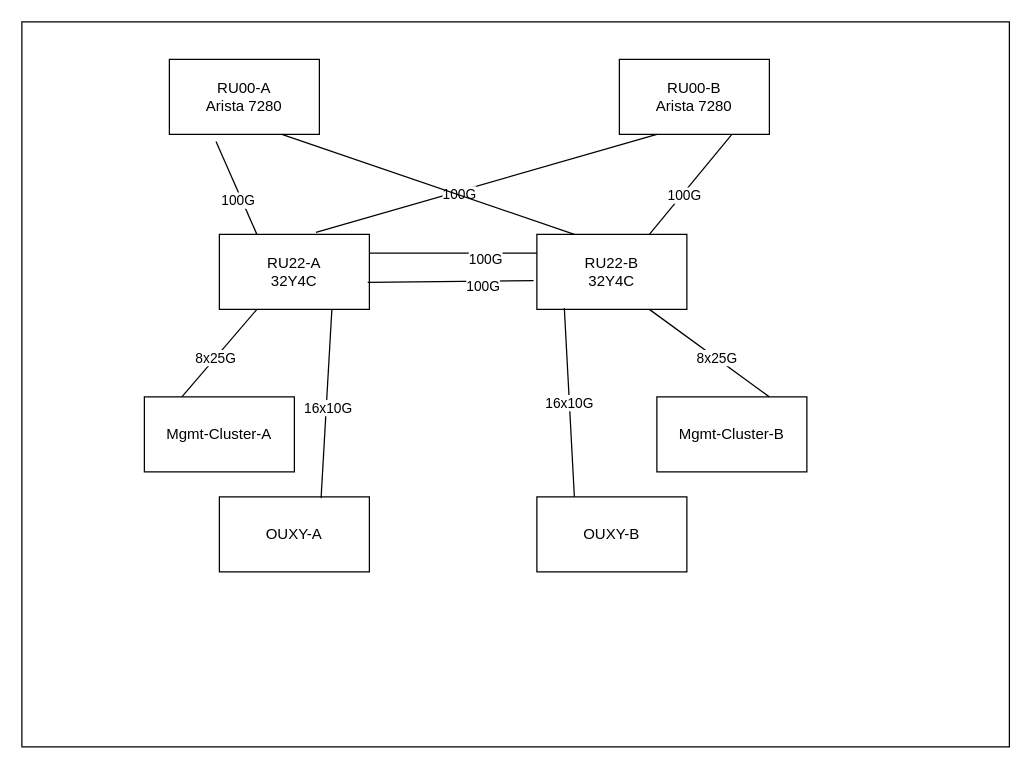
diefrie/test keeps this draw.io diagram as page "Seite-1" (1 of 3) of Mgmt-Netz-Seite 2.drawio. Above is the earlier version. Source tidied: cells renumbered, new cells numbered last; positions are measured from the earlier drawing's top-left corner, leaving out a move shared by most shapes. Both pictures are drawn from the tidied source at 125%, with x=0, y=0 at pixel (21, 21).
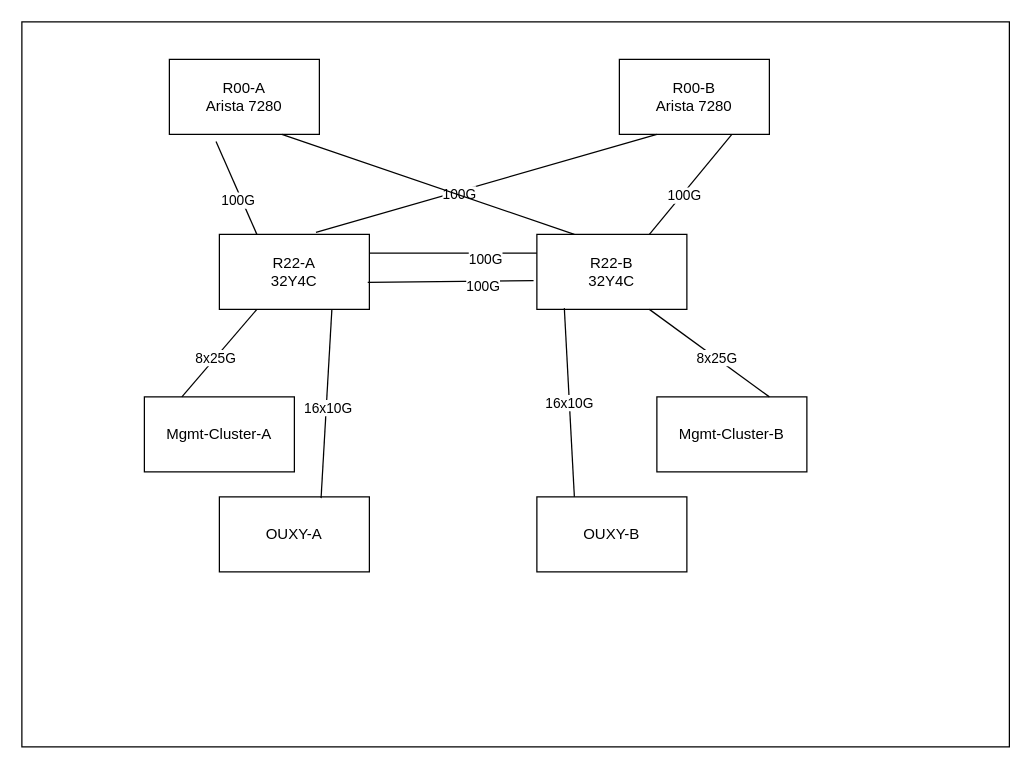
Above is the later version.

The edit, as a diff of the source:
```diff
@@
-    <mxCell id="3" value="RU00-A&lt;br&gt;Arista 7280" style="rounded=0;whiteSpace=wrap;html=1;" parent="1" vertex="1">
+    <mxCell id="3" value="R00-A&lt;br&gt;Arista 7280" style="rounded=0;whiteSpace=wrap;html=1;" parent="1" vertex="1">
       <mxGeometry x="118" y="30" width="120" height="60" as="geometry" />
     </mxCell>
-    <mxCell id="4" value="RU00-B&lt;br&gt;Arista 7280" style="rounded=0;whiteSpace=wrap;html=1;" parent="1" vertex="1">
+    <mxCell id="4" value="R00-B&lt;br&gt;Arista 7280" style="rounded=0;whiteSpace=wrap;html=1;" parent="1" vertex="1">
       <mxGeometry x="478" y="30" width="120" height="60" as="geometry" />
     </mxCell>
-    <mxCell id="5" value="RU22-A&lt;br&gt;32Y4C" style="rounded=0;whiteSpace=wrap;html=1;" parent="1" vertex="1">
+    <mxCell id="5" value="R22-A&lt;br&gt;32Y4C" style="rounded=0;whiteSpace=wrap;html=1;" parent="1" vertex="1">
       <mxGeometry x="158" y="170" width="120" height="60" as="geometry" />
     </mxCell>
-    <mxCell id="6" value="RU22-B&lt;br&gt;32Y4C" style="rounded=0;whiteSpace=wrap;html=1;" parent="1" vertex="1">
+    <mxCell id="6" value="R22-B&lt;br&gt;32Y4C" style="rounded=0;whiteSpace=wrap;html=1;" parent="1" vertex="1">
       <mxGeometry x="412" y="170" width="120" height="60" as="geometry" />
     </mxCell>
```
